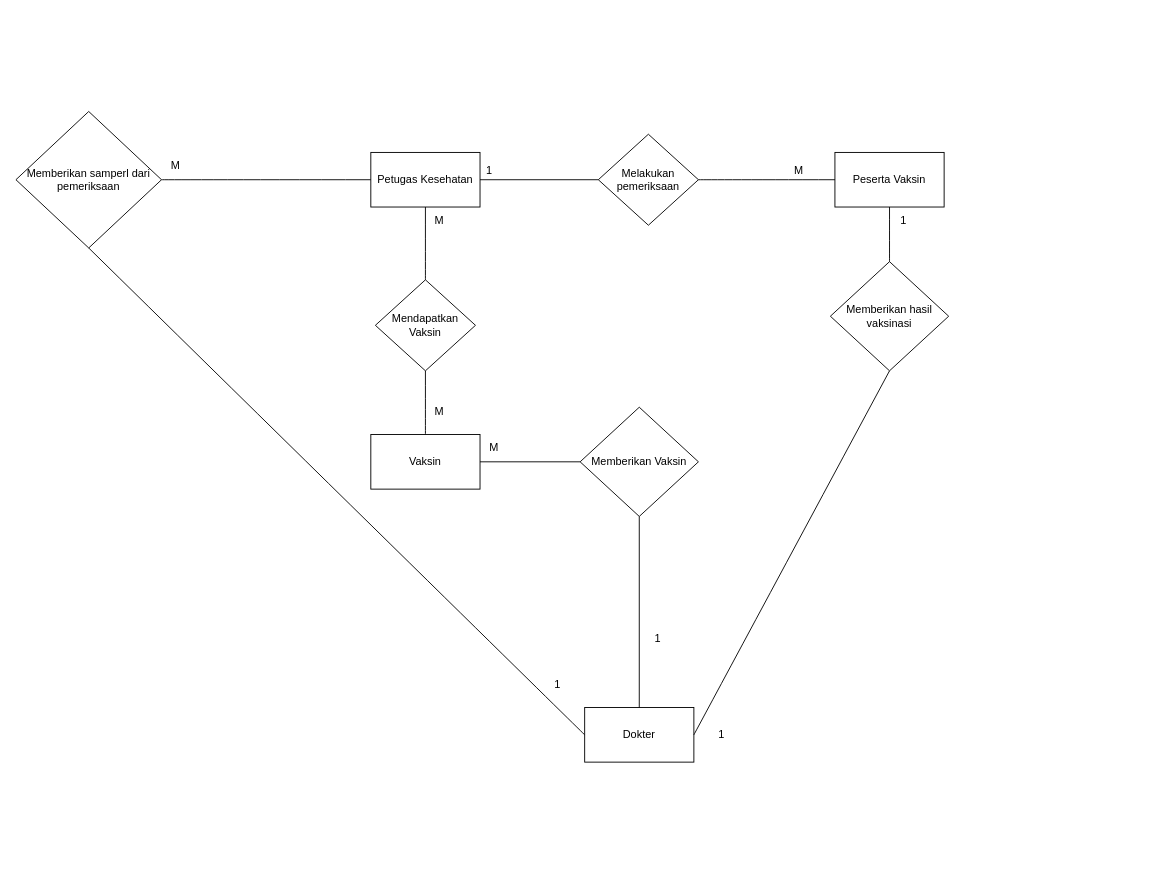
Malikdeensial/RekammedisRumahsehatXYZ keeps this draw.io diagram as ERDtugas.drawio. Above is the earlier version. Source tidied: cells renumbered, new cells numbered last; positions are measured from the earlier drawing's top-left corner, leaving out a move shared by most shapes. Both pictures are drawn from the tidied source at 91%, with x=0, y=0 at pixel (15, 111).
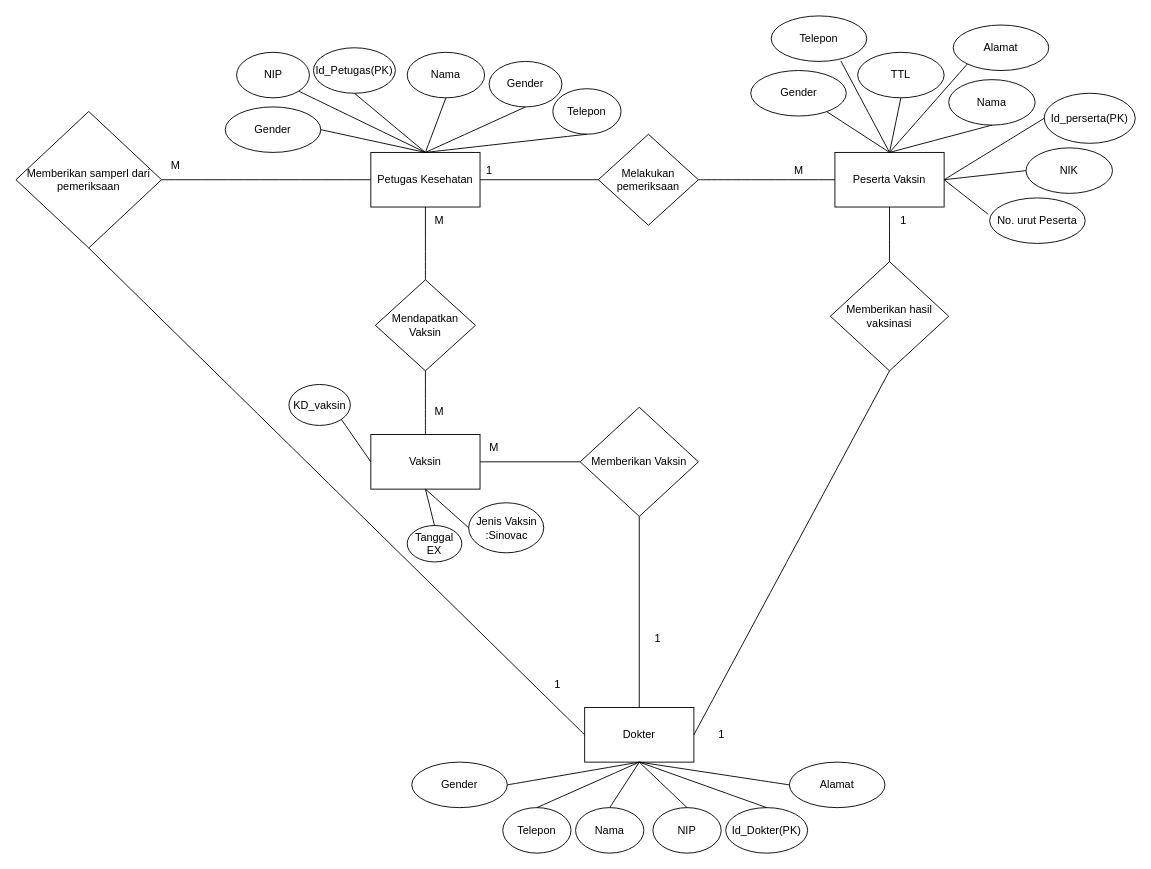
The same page after the edit.

Unchanged cells that the change refers to:
```xml
<mxCell id="2" value="Peserta Vaksin" style="rounded=0;whiteSpace=wrap;html=1;" parent="1" vertex="1">
  <mxGeometry x="900" y="45" width="120" height="60" as="geometry" />
</mxCell>
<mxCell id="3" value="Petugas Kesehatan" style="rounded=0;whiteSpace=wrap;html=1;" parent="1" vertex="1">
  <mxGeometry x="390" y="45" width="120" height="60" as="geometry" />
</mxCell>
<mxCell id="4" value="Dokter" style="rounded=0;whiteSpace=wrap;html=1;" parent="1" vertex="1">
  <mxGeometry x="625" y="655" width="120" height="60" as="geometry" />
</mxCell>
<mxCell id="5" value="Vaksin" style="rounded=0;whiteSpace=wrap;html=1;" parent="1" vertex="1">
  <mxGeometry x="390" y="355" width="120" height="60" as="geometry" />
</mxCell>
```

Change to the diagram source:
```diff
@@
+    <mxCell id="31" value="Nama" style="ellipse;whiteSpace=wrap;html=1;" parent="1" vertex="1">
+      <mxGeometry x="1025" y="-35" width="95" height="50" as="geometry" />
+    </mxCell>
+    <mxCell id="32" value="NIK" style="ellipse;whiteSpace=wrap;html=1;" parent="1" vertex="1">
+      <mxGeometry x="1110" y="40" width="95" height="50" as="geometry" />
+    </mxCell>
+    <mxCell id="33" value="TTL" style="ellipse;whiteSpace=wrap;html=1;" parent="1" vertex="1">
+      <mxGeometry x="925" y="-65" width="95" height="50" as="geometry" />
+    </mxCell>
+    <mxCell id="34" value="No. urut Peserta" style="ellipse;whiteSpace=wrap;html=1;" parent="1" vertex="1">
+      <mxGeometry x="1070" y="95" width="105" height="50" as="geometry" />
+    </mxCell>
+    <mxCell id="35" value="Gender" style="ellipse;whiteSpace=wrap;html=1;" parent="1" vertex="1">
+      <mxGeometry x="807.5" y="-45" width="105" height="50" as="geometry" />
+    </mxCell>
+    <mxCell id="36" value="Telepon" style="ellipse;whiteSpace=wrap;html=1;" parent="1" vertex="1">
+      <mxGeometry x="830" y="-105" width="105" height="50" as="geometry" />
+    </mxCell>
+    <mxCell id="37" value="Alamat" style="ellipse;whiteSpace=wrap;html=1;" parent="1" vertex="1">
+      <mxGeometry x="1030" y="-95" width="105" height="50" as="geometry" />
+    </mxCell>
+    <mxCell id="38" style="endArrow=none;html=1;strokeColor=default;curved=1;exitX=0.729;exitY=0.991;exitDx=0;exitDy=0;entryX=0.5;entryY=0;entryDx=0;entryDy=0;exitPerimeter=0;" parent="1" edge="1" source="36" target="2">
+      <mxGeometry relative="1" as="geometry" />
+    </mxCell>
+    <mxCell id="39" style="endArrow=none;html=1;strokeColor=default;curved=1;" parent="1" edge="1" target="35">
+      <mxGeometry relative="1" as="geometry">
+        <mxPoint x="960" y="45" as="sourcePoint" />
+      </mxGeometry>
+    </mxCell>
+    <mxCell id="40" style="endArrow=none;html=1;strokeColor=default;curved=1;entryX=0.5;entryY=1;entryDx=0;entryDy=0;" parent="1" edge="1" target="33">
+      <mxGeometry relative="1" as="geometry">
+        <mxPoint x="960" y="45" as="sourcePoint" />
+      </mxGeometry>
+    </mxCell>
+    <mxCell id="41" style="endArrow=none;html=1;strokeColor=default;curved=1;exitX=0;exitY=1;exitDx=0;exitDy=0;" parent="1" edge="1" source="37">
+      <mxGeometry relative="1" as="geometry">
+        <mxPoint x="960" y="45" as="targetPoint" />
+      </mxGeometry>
+    </mxCell>
+    <mxCell id="42" style="endArrow=none;html=1;strokeColor=default;curved=1;exitX=0.5;exitY=1;exitDx=0;exitDy=0;" parent="1" edge="1" source="31">
+      <mxGeometry relative="1" as="geometry">
+        <mxPoint x="960" y="45" as="targetPoint" />
+      </mxGeometry>
+    </mxCell>
+    <mxCell id="43" style="endArrow=none;html=1;strokeColor=default;curved=1;exitX=0;exitY=0.5;exitDx=0;exitDy=0;entryX=1;entryY=0.5;entryDx=0;entryDy=0;" parent="1" edge="1" source="32" target="2">
+      <mxGeometry relative="1" as="geometry" />
+    </mxCell>
+    <mxCell id="44" style="endArrow=none;html=1;strokeColor=default;curved=1;exitX=-0.014;exitY=0.36;exitDx=0;exitDy=0;entryX=1;entryY=0.5;entryDx=0;entryDy=0;exitPerimeter=0;" parent="1" edge="1" source="34" target="2">
+      <mxGeometry relative="1" as="geometry" />
+    </mxCell>
+    <mxCell id="45" value="NIP" style="ellipse;whiteSpace=wrap;html=1;" parent="1" vertex="1">
+      <mxGeometry x="700" y="765" width="75" height="50" as="geometry" />
+    </mxCell>
+    <mxCell id="46" value="Nama" style="ellipse;whiteSpace=wrap;html=1;" parent="1" vertex="1">
+      <mxGeometry x="615" y="765" width="75" height="50" as="geometry" />
+    </mxCell>
+    <mxCell id="47" value="Telepon" style="ellipse;whiteSpace=wrap;html=1;" parent="1" vertex="1">
+      <mxGeometry x="535" y="765" width="75" height="50" as="geometry" />
+    </mxCell>
+    <mxCell id="48" value="Id_perserta(PK)" style="ellipse;whiteSpace=wrap;html=1;" parent="1" vertex="1">
+      <mxGeometry x="1130" y="-20" width="100" height="55" as="geometry" />
+    </mxCell>
+    <mxCell id="49" style="endArrow=none;html=1;strokeColor=default;curved=1;exitX=1;exitY=0.5;exitDx=0;exitDy=0;entryX=0;entryY=0.5;entryDx=0;entryDy=0;" parent="1" edge="1" source="2" target="48">
+      <mxGeometry relative="1" as="geometry" />
+    </mxCell>
+    <mxCell id="50" value="Id_Dokter(PK)" style="ellipse;whiteSpace=wrap;html=1;" parent="1" vertex="1">
+      <mxGeometry x="780" y="765" width="90" height="50" as="geometry" />
+    </mxCell>
+    <mxCell id="51" value="Gender" style="ellipse;whiteSpace=wrap;html=1;" parent="1" vertex="1">
+      <mxGeometry x="435" y="715" width="105" height="50" as="geometry" />
+    </mxCell>
+    <mxCell id="52" value="Alamat" style="ellipse;whiteSpace=wrap;html=1;" parent="1" vertex="1">
+      <mxGeometry x="850" y="715" width="105" height="50" as="geometry" />
+    </mxCell>
+    <mxCell id="53" style="endArrow=none;html=1;strokeColor=default;curved=1;exitX=1;exitY=0.5;exitDx=0;exitDy=0;entryX=0.5;entryY=1;entryDx=0;entryDy=0;" parent="1" edge="1" source="51" target="4">
+      <mxGeometry relative="1" as="geometry" />
+    </mxCell>
+    <mxCell id="54" style="endArrow=none;html=1;strokeColor=default;curved=1;exitX=0.5;exitY=0;exitDx=0;exitDy=0;entryX=0.5;entryY=1;entryDx=0;entryDy=0;" parent="1" edge="1" source="47" target="4">
+      <mxGeometry relative="1" as="geometry" />
+    </mxCell>
+    <mxCell id="55" style="endArrow=none;html=1;strokeColor=default;curved=1;exitX=0.5;exitY=0;exitDx=0;exitDy=0;entryX=0.5;entryY=1;entryDx=0;entryDy=0;" parent="1" edge="1" source="46" target="4">
+      <mxGeometry relative="1" as="geometry" />
+    </mxCell>
+    <mxCell id="56" style="endArrow=none;html=1;strokeColor=default;curved=1;exitX=0.5;exitY=0;exitDx=0;exitDy=0;entryX=0.5;entryY=1;entryDx=0;entryDy=0;" parent="1" edge="1" source="45" target="4">
+      <mxGeometry relative="1" as="geometry" />
+    </mxCell>
+    <mxCell id="57" style="endArrow=none;html=1;strokeColor=default;curved=1;entryX=0.5;entryY=1;entryDx=0;entryDy=0;exitX=0.5;exitY=0;exitDx=0;exitDy=0;" parent="1" edge="1" source="50" target="4">
+      <mxGeometry relative="1" as="geometry" />
+    </mxCell>
+    <mxCell id="58" style="endArrow=none;html=1;strokeColor=default;curved=1;entryX=0.5;entryY=1;entryDx=0;entryDy=0;exitX=0;exitY=0.5;exitDx=0;exitDy=0;" parent="1" edge="1" source="52" target="4">
+      <mxGeometry relative="1" as="geometry" />
+    </mxCell>
+    <mxCell id="59" value="KD_vaksin" style="ellipse;whiteSpace=wrap;html=1;" parent="1" vertex="1">
+      <mxGeometry x="300" y="300" width="67.5" height="45" as="geometry" />
+    </mxCell>
+    <mxCell id="60" value="Jenis Vaksin :Sinovac" style="ellipse;whiteSpace=wrap;html=1;" parent="1" vertex="1">
+      <mxGeometry x="497.5" y="430" width="82.5" height="55" as="geometry" />
+    </mxCell>
+    <mxCell id="61" style="endArrow=none;html=1;strokeColor=default;curved=1;entryX=0.5;entryY=1;entryDx=0;entryDy=0;exitX=0;exitY=0.5;exitDx=0;exitDy=0;" parent="1" edge="1" source="60" target="5">
+      <mxGeometry relative="1" as="geometry" />
+    </mxCell>
+    <mxCell id="62" style="endArrow=none;html=1;strokeColor=default;curved=1;exitX=1;exitY=1;exitDx=0;exitDy=0;entryX=0;entryY=0.5;entryDx=0;entryDy=0;" parent="1" edge="1" source="59" target="5">
+      <mxGeometry relative="1" as="geometry" />
+    </mxCell>
+    <mxCell id="63" value="Tanggal EX" style="ellipse;whiteSpace=wrap;html=1;" parent="1" vertex="1">
+      <mxGeometry x="430" y="455" width="60" height="40" as="geometry" />
+    </mxCell>
+    <mxCell id="64" style="endArrow=none;html=1;strokeColor=default;curved=1;exitX=0.5;exitY=0;exitDx=0;exitDy=0;" parent="1" edge="1" source="63">
+      <mxGeometry relative="1" as="geometry">
+        <mxPoint x="450" y="415" as="targetPoint" />
+      </mxGeometry>
+    </mxCell>
+    <mxCell id="65" value="NIP" style="ellipse;whiteSpace=wrap;html=1;" parent="1" vertex="1">
+      <mxGeometry x="242.5" y="-65" width="80" height="50" as="geometry" />
+    </mxCell>
+    <mxCell id="66" value="Id_Petugas(PK)" style="ellipse;whiteSpace=wrap;html=1;" parent="1" vertex="1">
+      <mxGeometry x="327" y="-70" width="90" height="50" as="geometry" />
+    </mxCell>
+    <mxCell id="67" value="Nama" style="ellipse;whiteSpace=wrap;html=1;" parent="1" vertex="1">
+      <mxGeometry x="430" y="-65" width="85" height="50" as="geometry" />
+    </mxCell>
+    <mxCell id="68" value="Gender" style="ellipse;whiteSpace=wrap;html=1;" parent="1" vertex="1">
+      <mxGeometry x="520" y="-55" width="80" height="50" as="geometry" />
+    </mxCell>
+    <mxCell id="69" value="Telepon" style="ellipse;whiteSpace=wrap;html=1;" parent="1" vertex="1">
+      <mxGeometry x="590" y="-25" width="75" height="50" as="geometry" />
+    </mxCell>
+    <mxCell id="70" value="Gender" style="ellipse;whiteSpace=wrap;html=1;" parent="1" vertex="1">
+      <mxGeometry x="230" y="-5" width="105" height="50" as="geometry" />
+    </mxCell>
+    <mxCell id="71" style="endArrow=none;html=1;strokeColor=default;curved=1;exitX=1;exitY=0.5;exitDx=0;exitDy=0;entryX=0.5;entryY=0;entryDx=0;entryDy=0;" parent="1" edge="1" source="70" target="3">
+      <mxGeometry relative="1" as="geometry" />
+    </mxCell>
+    <mxCell id="72" style="endArrow=none;html=1;strokeColor=default;curved=1;exitX=1;exitY=1;exitDx=0;exitDy=0;entryX=0.5;entryY=0;entryDx=0;entryDy=0;" parent="1" edge="1" source="65" target="3">
+      <mxGeometry relative="1" as="geometry" />
+    </mxCell>
+    <mxCell id="73" style="endArrow=none;html=1;strokeColor=default;curved=1;exitX=0.5;exitY=1;exitDx=0;exitDy=0;" parent="1" edge="1" source="66">
+      <mxGeometry relative="1" as="geometry">
+        <mxPoint x="450" y="45" as="targetPoint" />
+      </mxGeometry>
+    </mxCell>
+    <mxCell id="74" style="endArrow=none;html=1;strokeColor=default;curved=1;entryX=0.5;entryY=1;entryDx=0;entryDy=0;" parent="1" edge="1" target="67">
+      <mxGeometry relative="1" as="geometry">
+        <mxPoint x="450" y="45" as="sourcePoint" />
+      </mxGeometry>
+    </mxCell>
+    <mxCell id="75" style="endArrow=none;html=1;strokeColor=default;curved=1;exitX=0.5;exitY=0;exitDx=0;exitDy=0;entryX=0.5;entryY=1;entryDx=0;entryDy=0;" parent="1" edge="1" source="3" target="68">
+      <mxGeometry relative="1" as="geometry" />
+    </mxCell>
+    <mxCell id="76" style="endArrow=none;html=1;strokeColor=default;curved=1;exitX=0.5;exitY=0;exitDx=0;exitDy=0;entryX=0.5;entryY=1;entryDx=0;entryDy=0;" parent="1" edge="1" source="3" target="69">
+      <mxGeometry relative="1" as="geometry" />
+    </mxCell>
```
